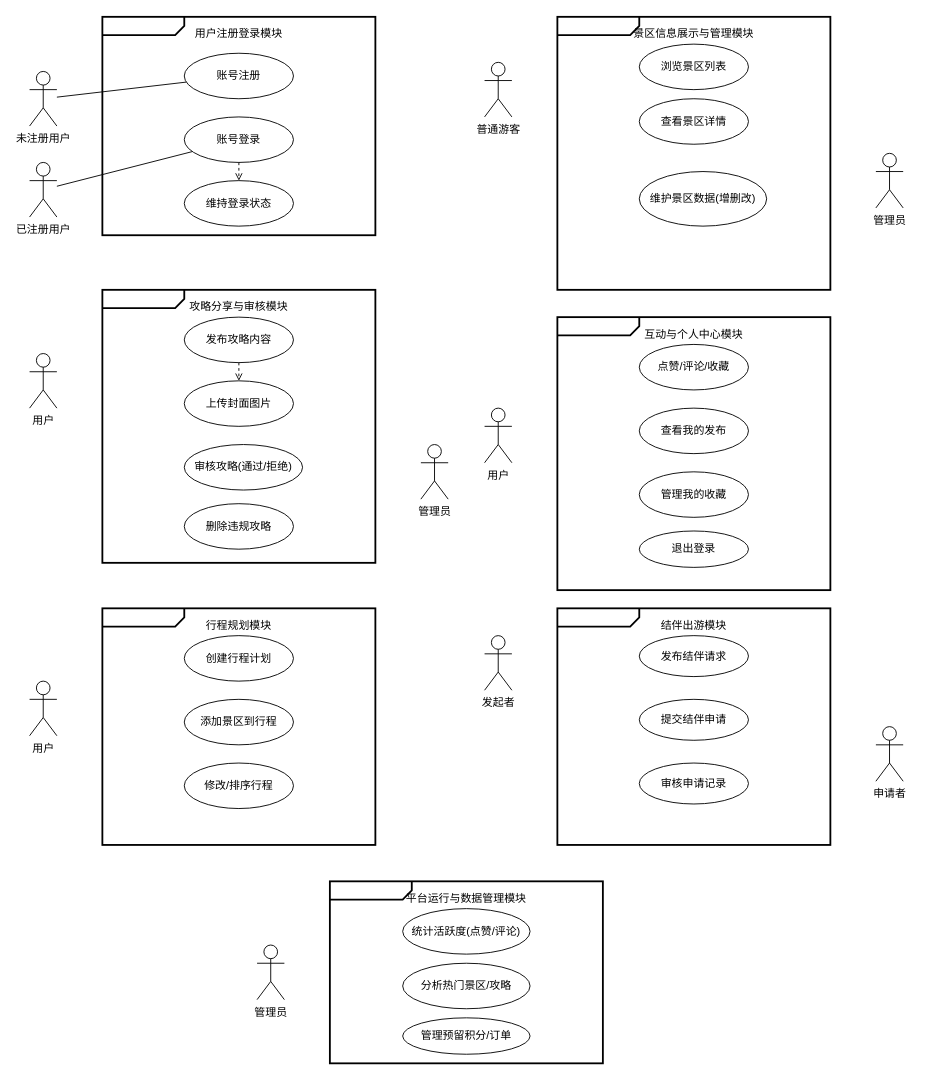
This is 旅游攻略用例图.drawio from ZhuSir-acm/Draw_Io, a draw.io file, before an edit. Source tidied: cells renumbered, new cells numbered last; positions are measured from the earlier drawing's top-left corner, leaving out a move shared by most shapes. Both pictures are drawn from the tidied source at 91%, with x=0, y=0 at pixel (29, 16).
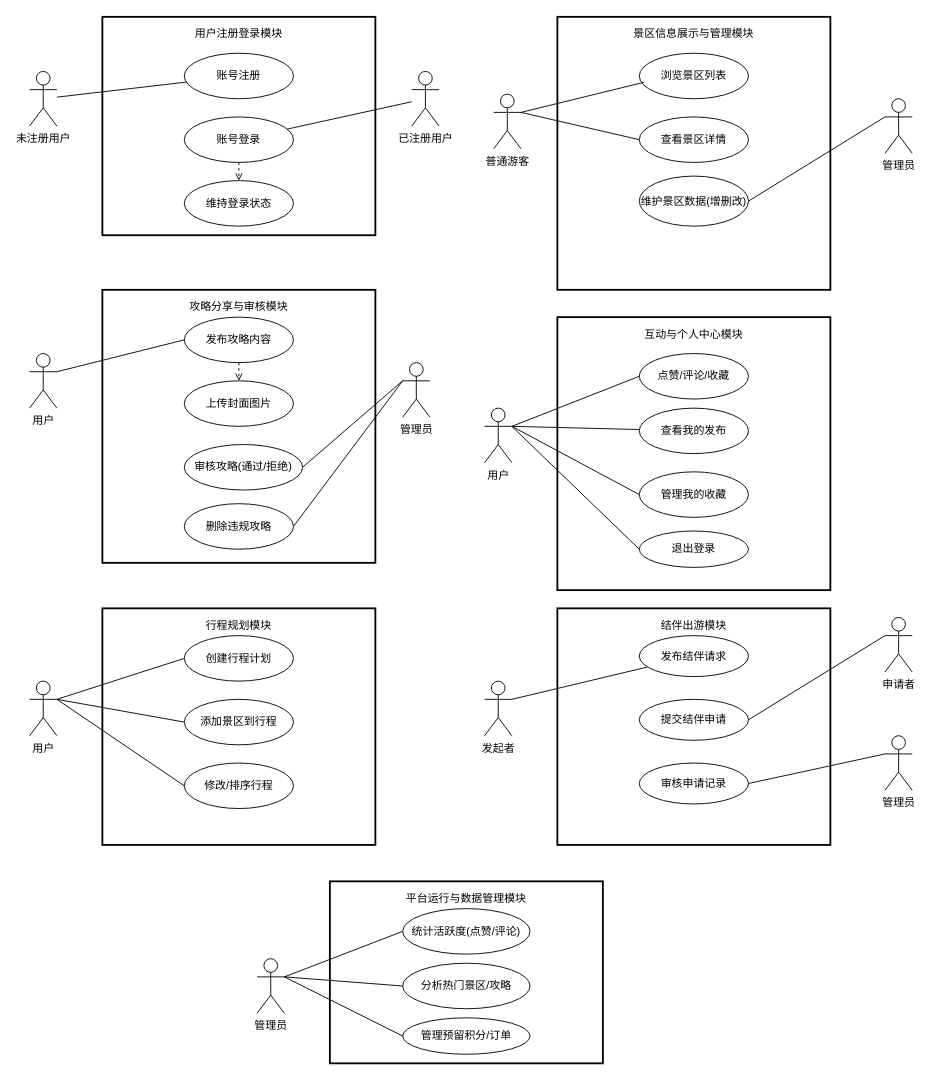
The same diagram, later.

Commit message:
更新旅游攻略用例图.drawio

The change refers to these unchanged cells:
```xml
<mxCell id="21" value="用户" style="shape=umlActor;verticalLabelPosition=bottom;verticalAlign=top;html=1;" parent="1" vertex="1">
  <mxGeometry y="370" width="30" height="60" as="geometry" />
</mxCell>
<mxCell id="23" value="发布攻略内容" style="ellipse;whiteSpace=wrap;html=1;" parent="1" vertex="1">
  <mxGeometry x="170" y="330" width="120" height="50" as="geometry" />
</mxCell>
<mxCell id="25" value="审核攻略(通过/拒绝)" style="ellipse;whiteSpace=wrap;html=1;" parent="1" vertex="1">
  <mxGeometry x="170" y="470" width="130" height="50" as="geometry" />
</mxCell>
<mxCell id="26" value="删除违规攻略" style="ellipse;whiteSpace=wrap;html=1;" parent="1" vertex="1">
  <mxGeometry x="170" y="535" width="120" height="50" as="geometry" />
</mxCell>
<mxCell id="32" value="用户" style="shape=umlActor;verticalLabelPosition=bottom;verticalAlign=top;html=1;" parent="1" vertex="1">
  <mxGeometry x="500" y="430" width="30" height="60" as="geometry" />
</mxCell>
<mxCell id="34" value="查看我的发布" style="ellipse;whiteSpace=wrap;html=1;" parent="1" vertex="1">
  <mxGeometry x="670" y="430" width="120" height="50" as="geometry" />
</mxCell>
<mxCell id="35" value="管理我的收藏" style="ellipse;whiteSpace=wrap;html=1;" parent="1" vertex="1">
  <mxGeometry x="670" y="500" width="120" height="50" as="geometry" />
</mxCell>
<mxCell id="36" value="退出登录" style="ellipse;whiteSpace=wrap;html=1;" parent="1" vertex="1">
  <mxGeometry x="670" y="565" width="120" height="40" as="geometry" />
</mxCell>
<mxCell id="42" value="用户" style="shape=umlActor;verticalLabelPosition=bottom;verticalAlign=top;html=1;" parent="1" vertex="1">
  <mxGeometry y="730" width="30" height="60" as="geometry" />
</mxCell>
<mxCell id="43" value="创建行程计划" style="ellipse;whiteSpace=wrap;html=1;" parent="1" vertex="1">
  <mxGeometry x="170" y="680" width="120" height="50" as="geometry" />
</mxCell>
<mxCell id="44" value="添加景区到行程" style="ellipse;whiteSpace=wrap;html=1;" parent="1" vertex="1">
  <mxGeometry x="170" y="750" width="120" height="50" as="geometry" />
</mxCell>
<mxCell id="45" value="修改/排序行程" style="ellipse;whiteSpace=wrap;html=1;" parent="1" vertex="1">
  <mxGeometry x="170" y="820" width="120" height="50" as="geometry" />
</mxCell>
<mxCell id="52" value="发布结伴请求" style="ellipse;whiteSpace=wrap;html=1;" parent="1" vertex="1">
  <mxGeometry x="670" y="680" width="120" height="45" as="geometry" />
</mxCell>
<mxCell id="53" value="提交结伴申请" style="ellipse;whiteSpace=wrap;html=1;" parent="1" vertex="1">
  <mxGeometry x="670" y="750" width="120" height="45" as="geometry" />
</mxCell>
<mxCell id="54" value="审核申请记录" style="ellipse;whiteSpace=wrap;html=1;" parent="1" vertex="1">
  <mxGeometry x="670" y="820" width="120" height="45" as="geometry" />
</mxCell>
<mxCell id="60" value="统计活跃度(点赞/评论)" style="ellipse;whiteSpace=wrap;html=1;" parent="1" vertex="1">
  <mxGeometry x="410" y="980" width="140" height="50" as="geometry" />
</mxCell>
<mxCell id="61" value="分析热门景区/攻略" style="ellipse;whiteSpace=wrap;html=1;" parent="1" vertex="1">
  <mxGeometry x="410" y="1040" width="140" height="50" as="geometry" />
</mxCell>
<mxCell id="62" value="管理预留积分/订单" style="ellipse;whiteSpace=wrap;html=1;" parent="1" vertex="1">
  <mxGeometry x="410" y="1100" width="140" height="40" as="geometry" />
</mxCell>
```

Change to the diagram source:
```diff
@@
-    <mxCell id="2" value="用户注册登录模块" style="shape=mxgraph.sysml.package;html=1;whiteSpace=wrap;align=center;verticalAlign=top;fillColor=#ffffff;strokeColor=#000000;strokeWidth=2;spacingTop=5;" parent="1" vertex="1">
+    <mxCell id="2" value="用户注册登录模块" style="shape=mxgraph.sysml.package;html=1;whiteSpace=wrap;align=center;verticalAlign=top;fillColor=#ffffff;strokeColor=#000000;strokeWidth=2;spacingTop=5;labelX=2;" parent="1" vertex="1">
       <mxGeometry x="80" width="300" height="240" as="geometry" />
     </mxCell>
@@
     <mxCell id="4" value="已注册用户" style="shape=umlActor;verticalLabelPosition=bottom;verticalAlign=top;html=1;outlineConnect=0;strokeColor=#000000;fillColor=#ffffff;" parent="1" vertex="1">
-      <mxGeometry y="160" width="30" height="60" as="geometry" />
+      <mxGeometry x="420" y="60" width="30" height="60" as="geometry" />
     </mxCell>
@@
-    <mxCell id="11" value="景区信息展示与管理模块" style="shape=mxgraph.sysml.package;html=1;whiteSpace=wrap;align=center;verticalAlign=top;fillColor=#ffffff;strokeColor=#000000;strokeWidth=2;spacingTop=5;" parent="1" vertex="1">
+    <mxCell id="11" value="景区信息展示与管理模块" style="shape=mxgraph.sysml.package;html=1;whiteSpace=wrap;align=center;verticalAlign=top;fillColor=#ffffff;strokeColor=#000000;strokeWidth=2;spacingTop=5;labelX=1;" parent="1" vertex="1">
       <mxGeometry x="580" width="300" height="300" as="geometry" />
     </mxCell>
+    <mxCell id="66" style="edgeStyle=none;shape=connector;rounded=0;jettySize=auto;html=1;exitX=1;exitY=0.3333333333333333;exitDx=0;exitDy=0;exitPerimeter=0;entryX=0;entryY=0.5;entryDx=0;entryDy=0;strokeColor=default;align=center;verticalAlign=middle;fontFamily=Helvetica;fontSize=11;fontColor=default;labelBackgroundColor=default;endArrow=none;endFill=0;" parent="1" edge="1" source="12" target="15">
+      <mxGeometry relative="1" as="geometry" />
+    </mxCell>
     <mxCell id="12" value="普通游客" style="shape=umlActor;verticalLabelPosition=bottom;verticalAlign=top;html=1;strokeColor=#000000;" parent="1" vertex="1">
-      <mxGeometry x="500" y="50" width="30" height="60" as="geometry" />
+      <mxGeometry x="510" y="85" width="30" height="60" as="geometry" />
     </mxCell>
+    <mxCell id="67" style="edgeStyle=none;shape=connector;rounded=0;jettySize=auto;html=1;exitX=0;exitY=0.3333333333333333;exitDx=0;exitDy=0;exitPerimeter=0;entryX=1;entryY=0.5;entryDx=0;entryDy=0;strokeColor=default;align=center;verticalAlign=middle;fontFamily=Helvetica;fontSize=11;fontColor=default;labelBackgroundColor=default;endArrow=none;endFill=0;" parent="1" edge="1" source="13" target="16">
+      <mxGeometry relative="1" as="geometry" />
+    </mxCell>
     <mxCell id="13" value="管理员" style="shape=umlActor;verticalLabelPosition=bottom;verticalAlign=top;html=1;strokeColor=#000000;" parent="1" vertex="1">
-      <mxGeometry x="930" y="150" width="30" height="60" as="geometry" />
+      <mxGeometry x="940" y="90" width="30" height="60" as="geometry" />
     </mxCell>
     <mxCell id="14" value="浏览景区列表" style="ellipse;whiteSpace=wrap;html=1;" parent="1" vertex="1">
-      <mxGeometry x="670" y="30" width="120" height="50" as="geometry" />
+      <mxGeometry x="670" y="40" width="120" height="50" as="geometry" />
     </mxCell>
     <mxCell id="15" value="查看景区详情" style="ellipse;whiteSpace=wrap;html=1;" parent="1" vertex="1">
-      <mxGeometry x="670" y="90" width="120" height="50" as="geometry" />
+      <mxGeometry x="670" y="110" width="120" height="50" as="geometry" />
     </mxCell>
     <mxCell id="16" value="维护景区数据(增删改)" style="ellipse;whiteSpace=wrap;html=1;" parent="1" vertex="1">
-      <mxGeometry x="670" y="170" width="140" height="60" as="geometry" />
+      <mxGeometry x="670" y="175" width="120" height="55" as="geometry" />
     </mxCell>
@@
-    <mxCell id="20" value="攻略分享与审核模块" style="shape=mxgraph.sysml.package;html=1;whiteSpace=wrap;align=center;verticalAlign=top;fillColor=#ffffff;strokeColor=#000000;strokeWidth=2;spacingTop=5;" parent="1" vertex="1">
+    <mxCell id="20" value="攻略分享与审核模块" style="shape=mxgraph.sysml.package;html=1;whiteSpace=wrap;align=center;verticalAlign=top;fillColor=#ffffff;strokeColor=#000000;strokeWidth=2;spacingTop=5;labelX=0;" parent="1" vertex="1">
       <mxGeometry x="80" y="300" width="300" height="300" as="geometry" />
     </mxCell>
+    <mxCell id="68" style="edgeStyle=none;shape=connector;rounded=0;jettySize=auto;html=1;exitX=1;exitY=0.3333333333333333;exitDx=0;exitDy=0;exitPerimeter=0;entryX=0;entryY=0.5;entryDx=0;entryDy=0;strokeColor=default;align=center;verticalAlign=middle;fontFamily=Helvetica;fontSize=11;fontColor=default;labelBackgroundColor=default;endArrow=none;endFill=0;" parent="1" edge="1" source="21" target="23">
+      <mxGeometry relative="1" as="geometry" />
+    </mxCell>
@@
+    <mxCell id="69" style="edgeStyle=none;shape=connector;rounded=0;jettySize=auto;html=1;exitX=0;exitY=0.3333333333333333;exitDx=0;exitDy=0;exitPerimeter=0;entryX=1;entryY=0.5;entryDx=0;entryDy=0;strokeColor=default;align=center;verticalAlign=middle;fontFamily=Helvetica;fontSize=11;fontColor=default;labelBackgroundColor=default;endArrow=none;endFill=0;" parent="1" edge="1" source="22" target="25">
+      <mxGeometry relative="1" as="geometry" />
+    </mxCell>
+    <mxCell id="70" style="edgeStyle=none;shape=connector;rounded=0;jettySize=auto;html=1;exitX=0;exitY=0.3333333333333333;exitDx=0;exitDy=0;exitPerimeter=0;entryX=1;entryY=0.5;entryDx=0;entryDy=0;strokeColor=default;align=center;verticalAlign=middle;fontFamily=Helvetica;fontSize=11;fontColor=default;labelBackgroundColor=default;endArrow=none;endFill=0;" parent="1" edge="1" source="22" target="26">
+      <mxGeometry relative="1" as="geometry" />
+    </mxCell>
     <mxCell id="22" value="管理员" style="shape=umlActor;verticalLabelPosition=bottom;verticalAlign=top;html=1;" parent="1" vertex="1">
-      <mxGeometry x="430" y="470" width="30" height="60" as="geometry" />
+      <mxGeometry x="410" y="380" width="30" height="60" as="geometry" />
     </mxCell>
@@
-    <mxCell id="31" value="互动与个人中心模块" style="shape=mxgraph.sysml.package;html=1;whiteSpace=wrap;align=center;verticalAlign=top;fillColor=#ffffff;strokeColor=#000000;strokeWidth=2;spacingTop=5;" parent="1" vertex="1">
+    <mxCell id="31" value="互动与个人中心模块" style="shape=mxgraph.sysml.package;html=1;whiteSpace=wrap;align=center;verticalAlign=top;fillColor=#ffffff;strokeColor=#000000;strokeWidth=2;spacingTop=5;labelX=0;" parent="1" vertex="1">
       <mxGeometry x="580" y="330" width="300" height="300" as="geometry" />
     </mxCell>
+    <mxCell id="71" style="edgeStyle=none;shape=connector;rounded=0;jettySize=auto;html=1;exitX=1;exitY=0.3333333333333333;exitDx=0;exitDy=0;exitPerimeter=0;entryX=0;entryY=0.5;entryDx=0;entryDy=0;strokeColor=default;align=center;verticalAlign=middle;fontFamily=Helvetica;fontSize=11;fontColor=default;labelBackgroundColor=default;endArrow=none;endFill=0;" parent="1" edge="1" source="32" target="33">
+      <mxGeometry relative="1" as="geometry" />
+    </mxCell>
+    <mxCell id="72" style="edgeStyle=none;shape=connector;rounded=0;jettySize=auto;html=1;exitX=1;exitY=0.3333333333333333;exitDx=0;exitDy=0;exitPerimeter=0;strokeColor=default;align=center;verticalAlign=middle;fontFamily=Helvetica;fontSize=11;fontColor=default;labelBackgroundColor=default;endArrow=none;endFill=0;" parent="1" edge="1" source="32" target="34">
+      <mxGeometry relative="1" as="geometry" />
+    </mxCell>
+    <mxCell id="73" style="edgeStyle=none;shape=connector;rounded=0;jettySize=auto;html=1;exitX=1;exitY=0.3333333333333333;exitDx=0;exitDy=0;exitPerimeter=0;entryX=0;entryY=0.5;entryDx=0;entryDy=0;strokeColor=default;align=center;verticalAlign=middle;fontFamily=Helvetica;fontSize=11;fontColor=default;labelBackgroundColor=default;endArrow=none;endFill=0;" parent="1" edge="1" source="32" target="35">
+      <mxGeometry relative="1" as="geometry" />
+    </mxCell>
+    <mxCell id="74" style="edgeStyle=none;shape=connector;rounded=0;jettySize=auto;html=1;exitX=1;exitY=0.3333333333333333;exitDx=0;exitDy=0;exitPerimeter=0;entryX=0;entryY=0.5;entryDx=0;entryDy=0;strokeColor=default;align=center;verticalAlign=middle;fontFamily=Helvetica;fontSize=11;fontColor=default;labelBackgroundColor=default;endArrow=none;endFill=0;" parent="1" edge="1" source="32" target="36">
+      <mxGeometry relative="1" as="geometry" />
+    </mxCell>
@@
     <mxCell id="33" value="点赞/评论/收藏" style="ellipse;whiteSpace=wrap;html=1;" parent="1" vertex="1">
-      <mxGeometry x="670" y="360" width="120" height="50" as="geometry" />
+      <mxGeometry x="670" y="370" width="120" height="50" as="geometry" />
     </mxCell>
@@
-    <mxCell id="41" value="行程规划模块" style="shape=mxgraph.sysml.package;html=1;whiteSpace=wrap;align=center;verticalAlign=top;fillColor=#ffffff;strokeColor=#000000;strokeWidth=2;spacingTop=5;" parent="1" vertex="1">
+    <mxCell id="41" value="行程规划模块" style="shape=mxgraph.sysml.package;html=1;whiteSpace=wrap;align=center;verticalAlign=top;fillColor=#ffffff;strokeColor=#000000;strokeWidth=2;spacingTop=5;labelX=0;" parent="1" vertex="1">
       <mxGeometry x="80" y="650" width="300" height="260" as="geometry" />
     </mxCell>
+    <mxCell id="75" style="edgeStyle=none;shape=connector;rounded=0;jettySize=auto;html=1;exitX=1;exitY=0.3333333333333333;exitDx=0;exitDy=0;exitPerimeter=0;entryX=0;entryY=0.5;entryDx=0;entryDy=0;strokeColor=default;align=center;verticalAlign=middle;fontFamily=Helvetica;fontSize=11;fontColor=default;labelBackgroundColor=default;endArrow=none;endFill=0;" parent="1" edge="1" source="42" target="43">
+      <mxGeometry relative="1" as="geometry" />
+    </mxCell>
+    <mxCell id="76" style="edgeStyle=none;shape=connector;rounded=0;jettySize=auto;html=1;exitX=1;exitY=0.3333333333333333;exitDx=0;exitDy=0;exitPerimeter=0;entryX=0;entryY=0.5;entryDx=0;entryDy=0;strokeColor=default;align=center;verticalAlign=middle;fontFamily=Helvetica;fontSize=11;fontColor=default;labelBackgroundColor=default;endArrow=none;endFill=0;" parent="1" edge="1" source="42" target="44">
+      <mxGeometry relative="1" as="geometry" />
+    </mxCell>
+    <mxCell id="77" style="edgeStyle=none;shape=connector;rounded=0;jettySize=auto;html=1;exitX=1;exitY=0.3333333333333333;exitDx=0;exitDy=0;exitPerimeter=0;entryX=0;entryY=0.5;entryDx=0;entryDy=0;strokeColor=default;align=center;verticalAlign=middle;fontFamily=Helvetica;fontSize=11;fontColor=default;labelBackgroundColor=default;endArrow=none;endFill=0;" parent="1" edge="1" source="42" target="45">
+      <mxGeometry relative="1" as="geometry" />
+    </mxCell>
@@
-    <mxCell id="49" value="结伴出游模块" style="shape=mxgraph.sysml.package;html=1;whiteSpace=wrap;align=center;verticalAlign=top;fillColor=#ffffff;strokeColor=#000000;strokeWidth=2;spacingTop=5;" parent="1" vertex="1">
+    <mxCell id="49" value="结伴出游模块" style="shape=mxgraph.sysml.package;html=1;whiteSpace=wrap;align=center;verticalAlign=top;fillColor=#ffffff;strokeColor=#000000;strokeWidth=2;spacingTop=5;labelX=0;" parent="1" vertex="1">
       <mxGeometry x="580" y="650" width="300" height="260" as="geometry" />
     </mxCell>
+    <mxCell id="78" style="edgeStyle=none;shape=connector;rounded=0;jettySize=auto;html=1;exitX=1;exitY=0.3333333333333333;exitDx=0;exitDy=0;exitPerimeter=0;strokeColor=default;align=center;verticalAlign=middle;fontFamily=Helvetica;fontSize=11;fontColor=default;labelBackgroundColor=default;endArrow=none;endFill=0;" parent="1" edge="1" source="50" target="52">
+      <mxGeometry relative="1" as="geometry" />
+    </mxCell>
     <mxCell id="50" value="发起者" style="shape=umlActor;verticalLabelPosition=bottom;verticalAlign=top;html=1;" parent="1" vertex="1">
-      <mxGeometry x="500" y="680" width="30" height="60" as="geometry" />
+      <mxGeometry x="500" y="730" width="30" height="60" as="geometry" />
     </mxCell>
     <mxCell id="51" value="申请者" style="shape=umlActor;verticalLabelPosition=bottom;verticalAlign=top;html=1;" parent="1" vertex="1">
-      <mxGeometry x="930" y="780" width="30" height="60" as="geometry" />
+      <mxGeometry x="940" y="660" width="30" height="60" as="geometry" />
     </mxCell>
@@
-    <mxCell id="58" value="平台运行与数据管理模块" style="shape=mxgraph.sysml.package;html=1;whiteSpace=wrap;align=center;verticalAlign=top;fillColor=#ffffff;strokeColor=#000000;strokeWidth=2;spacingTop=5;" parent="1" vertex="1">
+    <mxCell id="58" value="平台运行与数据管理模块" style="shape=mxgraph.sysml.package;html=1;whiteSpace=wrap;align=center;verticalAlign=top;fillColor=#ffffff;strokeColor=#000000;strokeWidth=2;spacingTop=5;labelX=5;" parent="1" vertex="1">
       <mxGeometry x="330" y="950" width="300" height="200" as="geometry" />
     </mxCell>
+    <mxCell id="79" style="edgeStyle=none;shape=connector;rounded=0;jettySize=auto;html=1;exitX=1;exitY=0.3333333333333333;exitDx=0;exitDy=0;exitPerimeter=0;entryX=0;entryY=0.5;entryDx=0;entryDy=0;strokeColor=default;align=center;verticalAlign=middle;fontFamily=Helvetica;fontSize=11;fontColor=default;labelBackgroundColor=default;endArrow=none;endFill=0;" parent="1" edge="1" source="59" target="60">
+      <mxGeometry relative="1" as="geometry" />
+    </mxCell>
+    <mxCell id="80" style="edgeStyle=none;shape=connector;rounded=0;jettySize=auto;html=1;exitX=1;exitY=0.3333333333333333;exitDx=0;exitDy=0;exitPerimeter=0;entryX=0;entryY=0.5;entryDx=0;entryDy=0;strokeColor=default;align=center;verticalAlign=middle;fontFamily=Helvetica;fontSize=11;fontColor=default;labelBackgroundColor=default;endArrow=none;endFill=0;" parent="1" edge="1" source="59" target="61">
+      <mxGeometry relative="1" as="geometry" />
+    </mxCell>
     <mxCell id="59" value="管理员" style="shape=umlActor;verticalLabelPosition=bottom;verticalAlign=top;html=1;" parent="1" vertex="1">
-      <mxGeometry x="250" y="1020" width="30" height="60" as="geometry" />
+      <mxGeometry x="250" y="1035" width="30" height="60" as="geometry" />
     </mxCell>
@@
+    <mxCell id="81" style="rounded=0;jettySize=auto;html=1;exitX=1;exitY=0.3333333333333333;exitDx=0;exitDy=0;exitPerimeter=0;entryX=0.042;entryY=0.64;entryDx=0;entryDy=0;entryPerimeter=0;endArrow=none;endFill=0;" parent="1" edge="1" source="12" target="14">
+      <mxGeometry relative="1" as="geometry" />
+    </mxCell>
+    <mxCell id="82" style="edgeStyle=none;shape=connector;rounded=0;jettySize=auto;html=1;exitX=0;exitY=0.5;exitDx=0;exitDy=0;entryX=1;entryY=0.3333333333333333;entryDx=0;entryDy=0;entryPerimeter=0;strokeColor=default;align=center;verticalAlign=middle;fontFamily=Helvetica;fontSize=11;fontColor=default;labelBackgroundColor=default;endArrow=none;endFill=0;" parent="1" edge="1" source="62" target="59">
+      <mxGeometry relative="1" as="geometry" />
+    </mxCell>
+    <mxCell id="83" style="edgeStyle=none;shape=connector;rounded=0;jettySize=auto;html=1;exitX=1;exitY=0.5;exitDx=0;exitDy=0;entryX=0;entryY=0.3333333333333333;entryDx=0;entryDy=0;entryPerimeter=0;strokeColor=default;align=center;verticalAlign=middle;fontFamily=Helvetica;fontSize=11;fontColor=default;labelBackgroundColor=default;endArrow=none;endFill=0;" parent="1" edge="1" source="53" target="51">
+      <mxGeometry relative="1" as="geometry" />
+    </mxCell>
+    <mxCell id="84" style="edgeStyle=none;shape=connector;rounded=0;jettySize=auto;html=1;exitX=0;exitY=0.3333333333333333;exitDx=0;exitDy=0;exitPerimeter=0;entryX=1;entryY=0.5;entryDx=0;entryDy=0;strokeColor=default;align=center;verticalAlign=middle;fontFamily=Helvetica;fontSize=11;fontColor=default;labelBackgroundColor=default;endArrow=none;endFill=0;" parent="1" edge="1" source="85" target="54">
+      <mxGeometry relative="1" as="geometry" />
+    </mxCell>
+    <mxCell id="85" value="管理员" style="shape=umlActor;verticalLabelPosition=bottom;verticalAlign=top;html=1;strokeColor=#000000;" parent="1" vertex="1">
+      <mxGeometry x="940" y="790" width="30" height="60" as="geometry" />
+    </mxCell>
```
